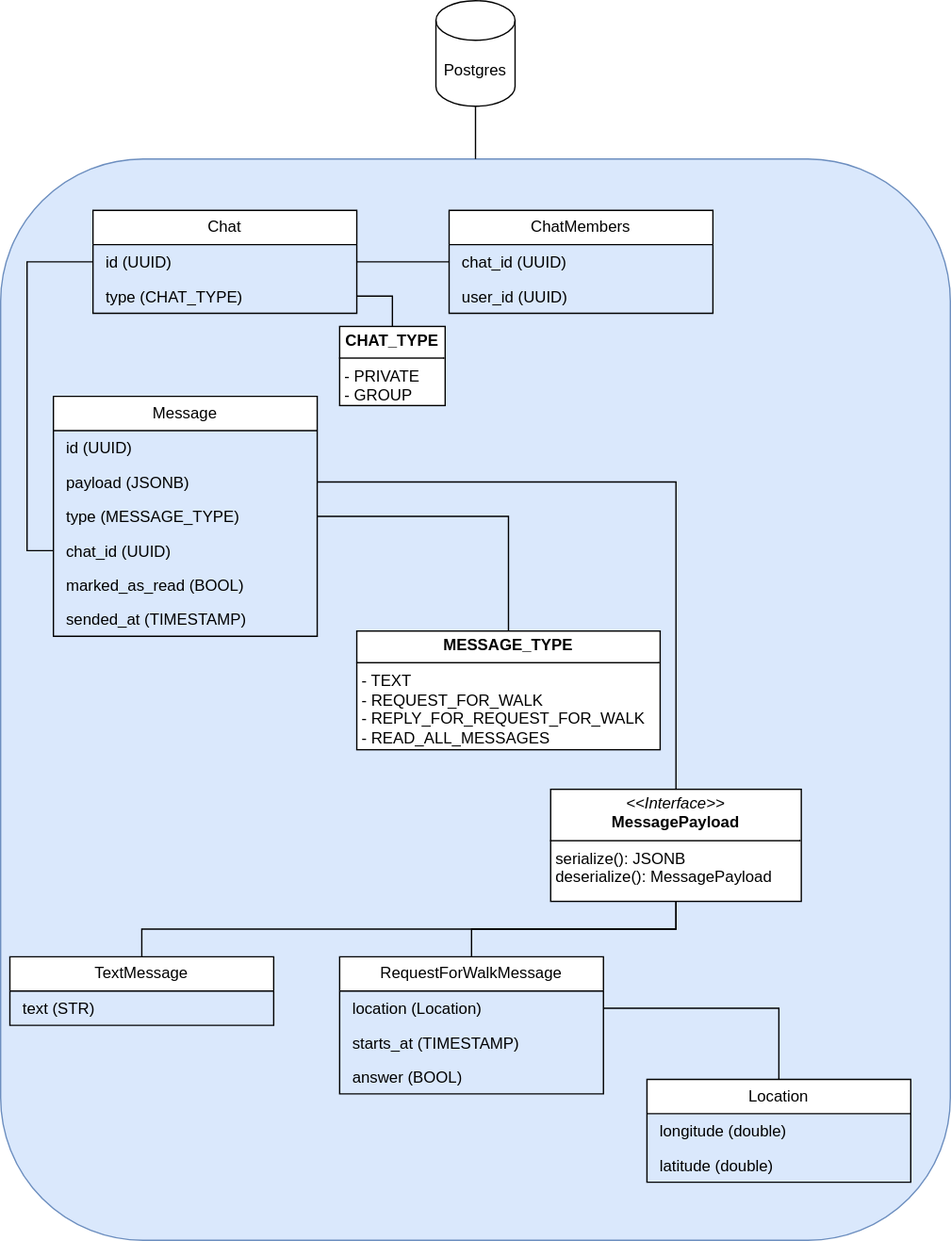
Earlier version of the draw.io export doc/img/domain_model.drawio.svg (ru-random-walk/chat-service). Source tidied: cells renumbered, new cells last; positions are measured from the earlier drawing's top-left corner, leaving out a move shared by most shapes.
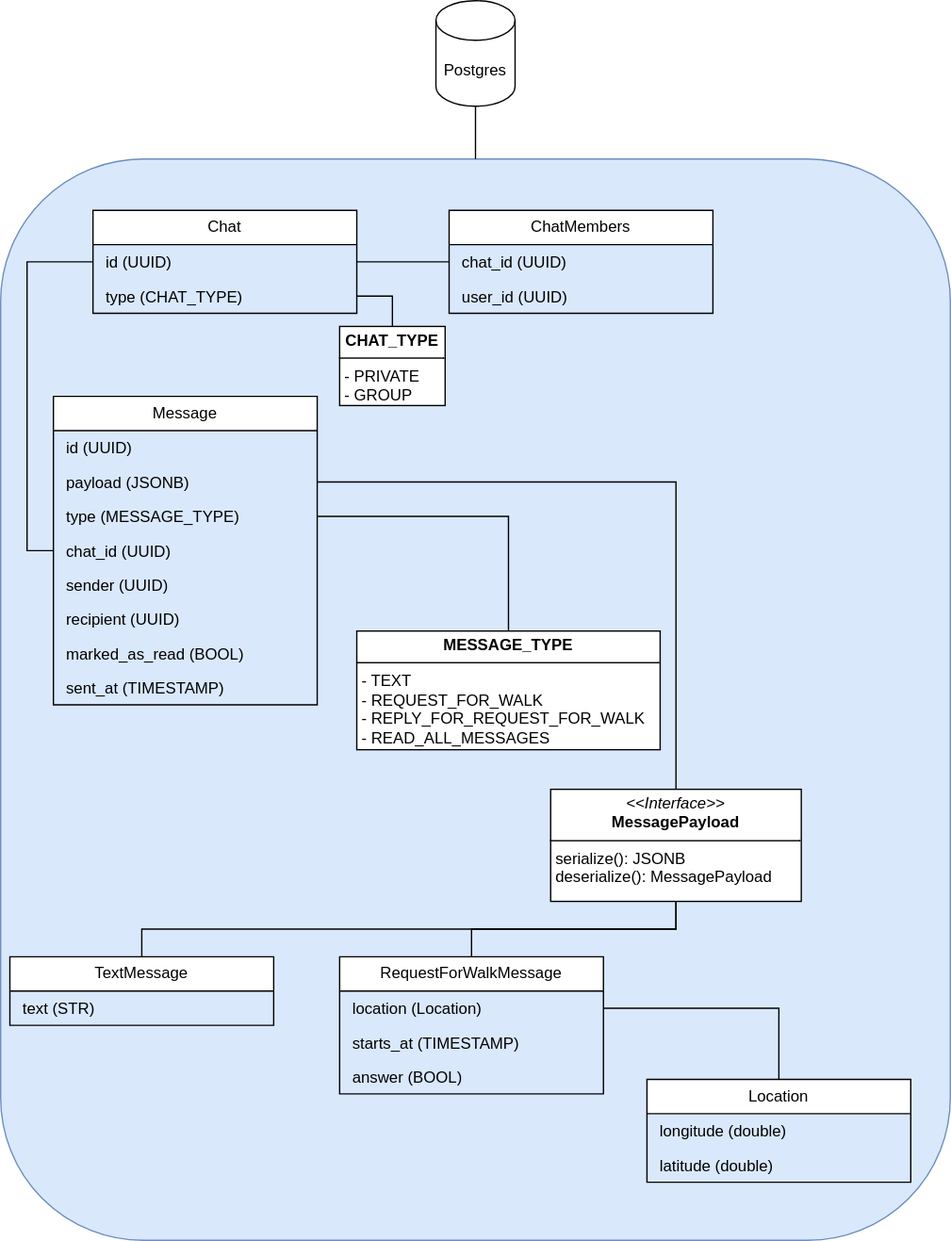
The same file after the commit.

What changed in the source:
```diff
@@ -6,7 +6,7 @@
       <mxGeometry y="120" width="720" height="820" as="geometry" />
     </mxCell>
     <mxCell id="3" value="Message" style="swimlane;fontStyle=0;horizontal=1;startSize=26;fillColor=#FFFFFF;whiteSpace=wrap;html=1;" parent="1" vertex="1">
-      <mxGeometry x="40" y="300" width="200" height="182" as="geometry" />
+      <mxGeometry x="40" y="300" width="200" height="234" as="geometry" />
     </mxCell>
     <mxCell id="4" value="&lt;p style=&quot;margin: 0px 0px 0px 4px;&quot;&gt;id (UUID)&lt;/p&gt;" style="text;strokeColor=none;fillColor=none;align=left;verticalAlign=top;spacingLeft=4;spacingRight=4;overflow=hidden;whiteSpace=wrap;html=1;" parent="3" vertex="1">
       <mxGeometry y="26" width="200" height="26" as="geometry" />
@@ -20,11 +20,17 @@
     <mxCell id="7" value="&lt;p style=&quot;margin: 0px 0px 0px 4px;&quot;&gt;chat_id (UUID)&lt;br&gt;&lt;/p&gt;" style="text;strokeColor=none;fillColor=none;align=left;verticalAlign=top;spacingLeft=4;spacingRight=4;overflow=hidden;points=[[0,0.5],[1,0.5]];portConstraint=eastwest;whiteSpace=wrap;html=1;" parent="3" vertex="1">
       <mxGeometry y="104" width="200" height="26" as="geometry" />
     </mxCell>
+    <mxCell id="38" value="&lt;p style=&quot;margin: 0px 0px 0px 4px;&quot;&gt;sender (UUID)&lt;br&gt;&lt;/p&gt;" style="text;strokeColor=none;fillColor=none;align=left;verticalAlign=top;spacingLeft=4;spacingRight=4;overflow=hidden;whiteSpace=wrap;html=1;" parent="3" vertex="1">
+      <mxGeometry y="130" width="200" height="26" as="geometry" />
+    </mxCell>
+    <mxCell id="39" value="&lt;p style=&quot;margin: 0px 0px 0px 4px;&quot;&gt;recipient (UUID)&lt;br&gt;&lt;/p&gt;" style="text;strokeColor=none;fillColor=none;align=left;verticalAlign=top;spacingLeft=4;spacingRight=4;overflow=hidden;whiteSpace=wrap;html=1;" parent="3" vertex="1">
+      <mxGeometry y="156" width="200" height="26" as="geometry" />
+    </mxCell>
     <mxCell id="8" value="&lt;p style=&quot;margin: 0px 0px 0px 4px;&quot;&gt;marked_as_read (BOOL)&lt;/p&gt;" style="text;strokeColor=none;fillColor=none;align=left;verticalAlign=top;spacingLeft=4;spacingRight=4;overflow=hidden;whiteSpace=wrap;html=1;" parent="3" vertex="1">
-      <mxGeometry y="130" width="200" height="26" as="geometry" />
+      <mxGeometry y="182" width="200" height="26" as="geometry" />
     </mxCell>
-    <mxCell id="9" value="&lt;p style=&quot;margin: 0px 0px 0px 4px;&quot;&gt;sended_at (TIMESTAMP)&lt;/p&gt;" style="text;strokeColor=none;fillColor=none;align=left;verticalAlign=top;spacingLeft=4;spacingRight=4;overflow=hidden;whiteSpace=wrap;html=1;" parent="3" vertex="1">
-      <mxGeometry y="156" width="200" height="26" as="geometry" />
+    <mxCell id="9" value="&lt;p style=&quot;margin: 0px 0px 0px 4px;&quot;&gt;sent_at (TIMESTAMP)&lt;/p&gt;" style="text;strokeColor=none;fillColor=none;align=left;verticalAlign=top;spacingLeft=4;spacingRight=4;overflow=hidden;whiteSpace=wrap;html=1;" parent="3" vertex="1">
+      <mxGeometry y="208" width="200" height="26" as="geometry" />
     </mxCell>
     <mxCell id="10" value="&lt;p style=&quot;margin:0px;margin-top:4px;text-align:center;&quot;&gt;&lt;b style=&quot;text-align: left;&quot;&gt;MESSAGE_TYPE&lt;/b&gt;&lt;br&gt;&lt;/p&gt;&lt;hr size=&quot;1&quot; style=&quot;border-style:solid;&quot;&gt;&lt;p style=&quot;margin:0px;margin-left:4px;&quot;&gt;- TEXT&lt;/p&gt;&lt;p style=&quot;margin:0px;margin-left:4px;&quot;&gt;- REQUEST_FOR_WALK&lt;/p&gt;&lt;p style=&quot;margin:0px;margin-left:4px;&quot;&gt;- REPLY_FOR_&lt;span style=&quot;background-color: initial;&quot;&gt;REQUEST_FOR_WALK&lt;br&gt;- READ_ALL_MESSAGES&lt;/span&gt;&lt;/p&gt;" style="verticalAlign=top;align=left;overflow=fill;html=1;whiteSpace=wrap;" parent="1" vertex="1">
       <mxGeometry x="270" y="478" width="230" height="90" as="geometry" />
```
